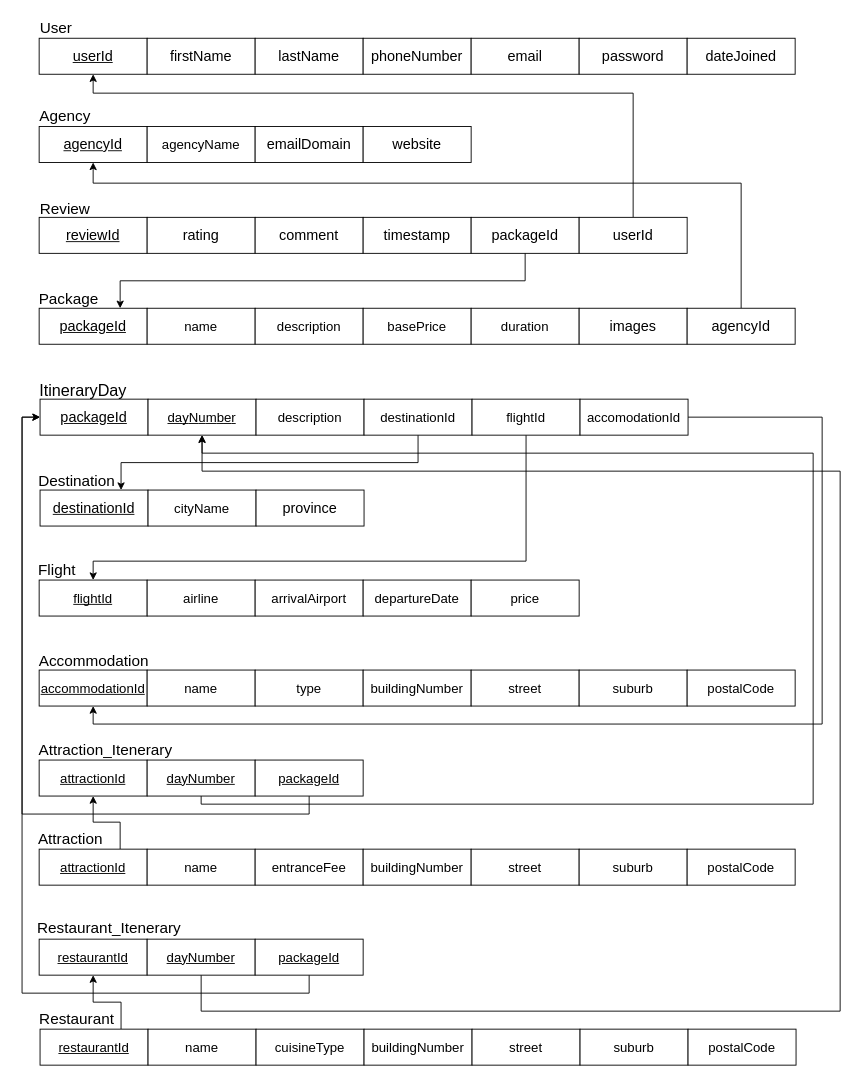
Before: page "Step 5" (5 of 7) of Tripistry.drawio in Chloe-Larsen/COS-221-Assignment-5, a draw.io diagram. Source tidied: cells renumbered, new cells numbered last; positions are measured from the earlier drawing's top-left corner, leaving out a move shared by most shapes. Both pictures are drawn from the tidied source at 90%, with x=0, y=0 at pixel (22, 15).
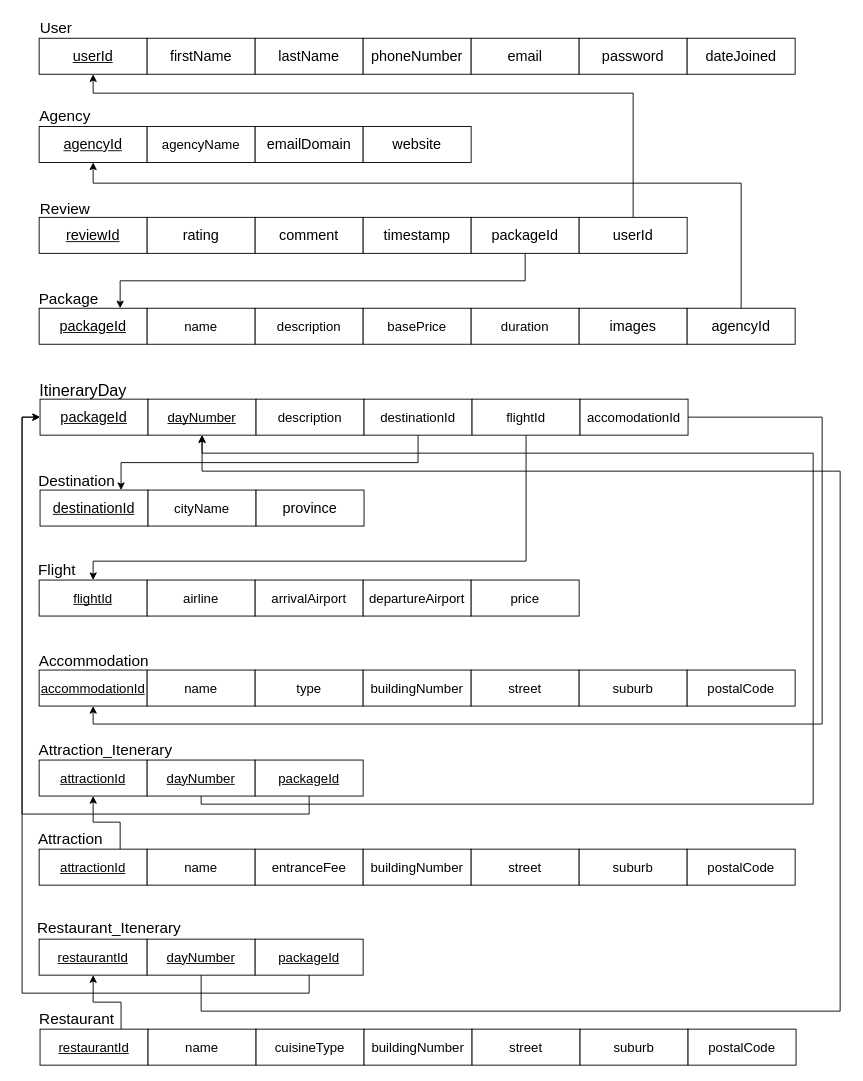
Above is the later version.

Diff of the diagram source:
```diff
@@
-    <mxCell id="40" value="&lt;span id=&quot;docs-internal-guid-50c5e4e0-7fff-5d8b-dbe0-517f91342ceb&quot;&gt;&lt;span style=&quot;font-size: 11pt; font-family: Arial, sans-serif; background-color: transparent; font-variant: normal; vertical-align: baseline; white-space: pre-wrap;&quot;&gt;departureDate&lt;/span&gt;&lt;/span&gt;" style="rounded=0;whiteSpace=wrap;html=1;fontSize=16;" parent="1" vertex="1">
+    <mxCell id="40" value="&lt;span id=&quot;docs-internal-guid-50c5e4e0-7fff-5d8b-dbe0-517f91342ceb&quot;&gt;&lt;span style=&quot;font-size: 11pt; font-family: Arial, sans-serif; background-color: transparent; font-variant: normal; vertical-align: baseline; white-space: pre-wrap;&quot;&gt;departure&lt;/span&gt;&lt;/span&gt;&lt;span style=&quot;font-family: Arial, sans-serif; font-size: 14.6667px; white-space: pre-wrap;&quot;&gt;Airport&lt;/span&gt;" style="rounded=0;whiteSpace=wrap;html=1;fontSize=16;" parent="1" vertex="1">
       <mxGeometry x="379" y="627" width="120" height="40" as="geometry" />
     </mxCell>
```
